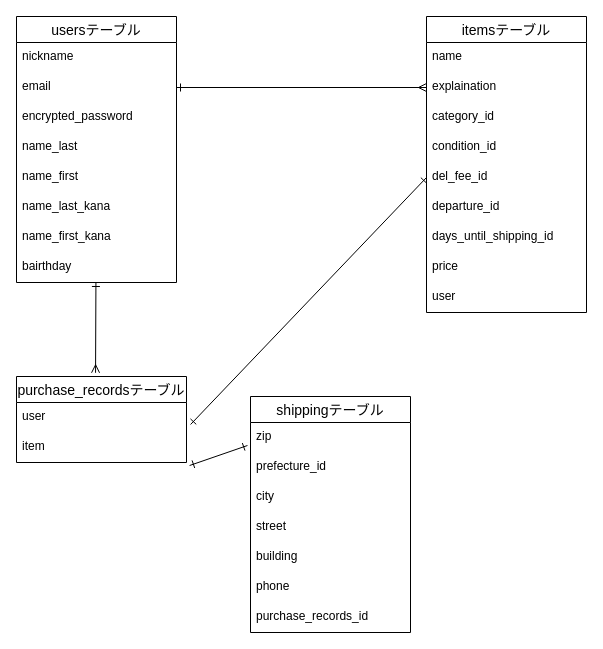
sakuuuuuuuu/furima-39461 keeps this draw.io diagram as test.dio. Above is the earlier version. Source tidied: cells renumbered, new cells numbered last; positions are measured from the earlier drawing's top-left corner, leaving out a move shared by most shapes. Both pictures are drawn from the tidied source at 100%, with x=0, y=0 at pixel (16, 16).
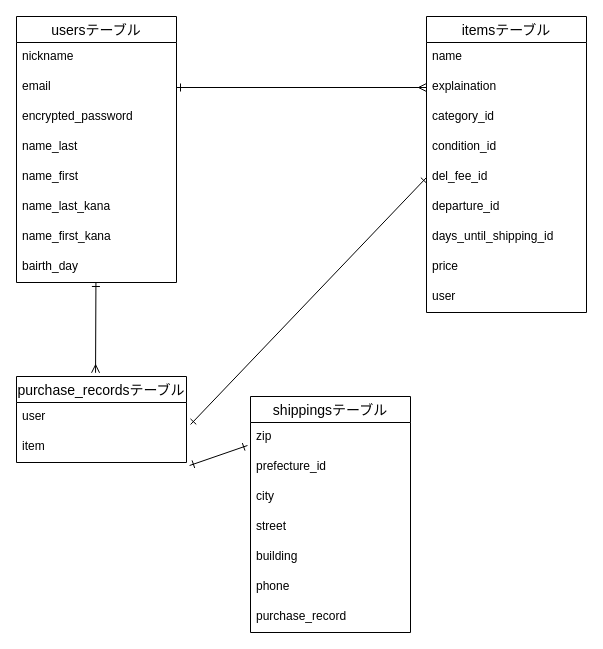
The same page after the edit.

The change refers to these unchanged cells:
```xml
<mxCell id="3" value="usersテーブル" style="swimlane;fontStyle=0;horizontal=1;startSize=26;align=center;fontSize=14;" parent="1" vertex="1">
  <mxGeometry width="160" height="266" as="geometry" />
</mxCell>
```

What changed in the source:
```diff
@@
-    <mxCell id="11" value="bairthday" style="text;strokeColor=none;fillColor=none;spacingLeft=4;spacingRight=4;overflow=hidden;fontSize=12;" parent="3" vertex="1">
+    <mxCell id="11" value="bairth_day" style="text;strokeColor=none;fillColor=none;spacingLeft=4;spacingRight=4;overflow=hidden;fontSize=12;" parent="3" vertex="1">
       <mxGeometry y="236" width="160" height="30" as="geometry" />
     </mxCell>
@@
-    <mxCell id="22" value="shippingテーブル" style="swimlane;fontStyle=0;horizontal=1;startSize=26;align=center;fontSize=14;" parent="1" vertex="1">
+    <mxCell id="22" value="shippingsテーブル" style="swimlane;fontStyle=0;horizontal=1;startSize=26;align=center;fontSize=14;" parent="1" vertex="1">
       <mxGeometry x="234" y="380" width="160" height="236" as="geometry" />
     </mxCell>
@@
-    <mxCell id="29" value="purchase_records_id" style="text;strokeColor=none;fillColor=none;spacingLeft=4;spacingRight=4;overflow=hidden;fontSize=12;" parent="22" vertex="1">
+    <mxCell id="29" value="purchase_record" style="text;strokeColor=none;fillColor=none;spacingLeft=4;spacingRight=4;overflow=hidden;fontSize=12;" parent="22" vertex="1">
       <mxGeometry y="206" width="160" height="30" as="geometry" />
     </mxCell>
```
